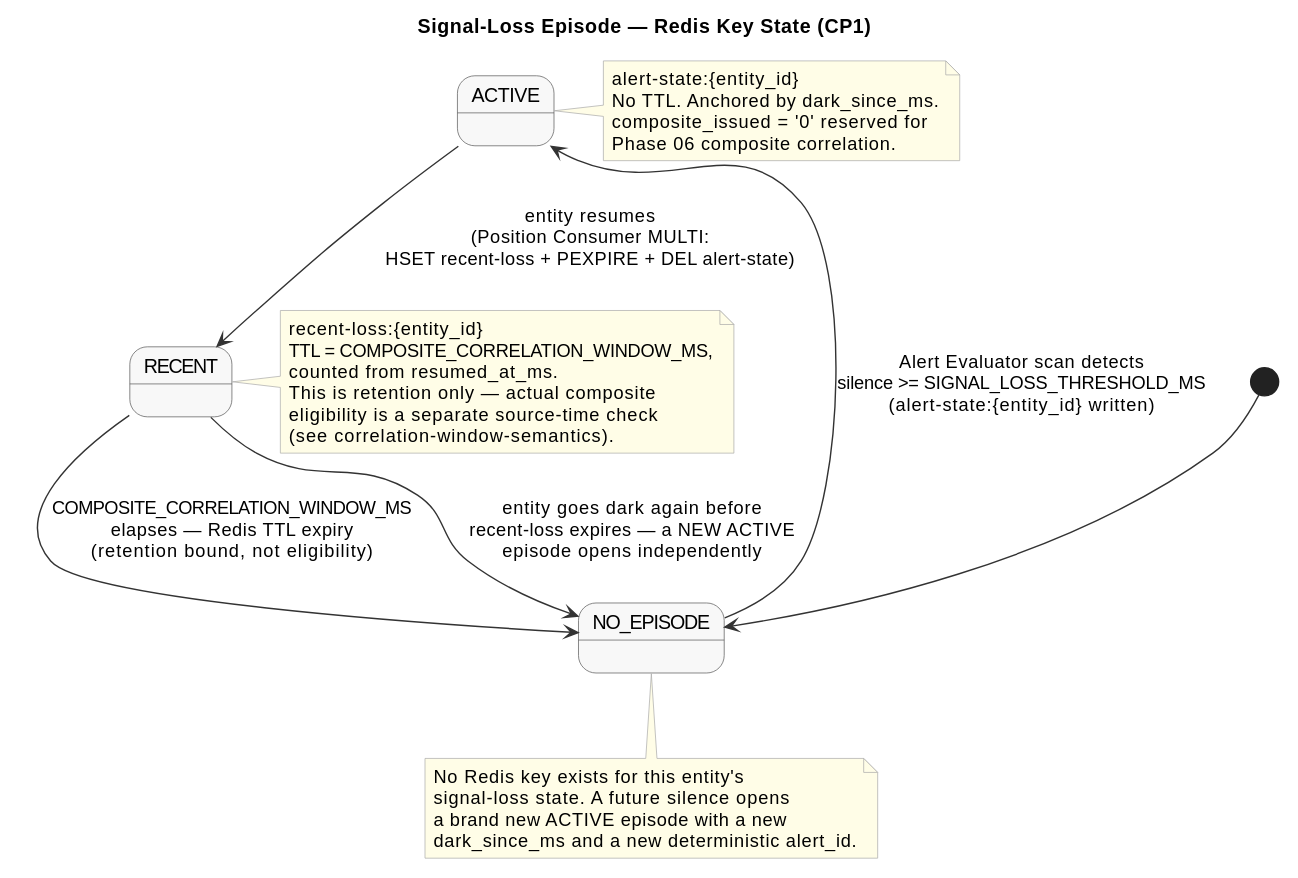
Before: diagrams/docs/implementation/phase-06-composite-correlation/concepts/recent-loss-handoff/recent-loss-episode-state.svg, a diagram exported from PlantUML (Buffden/sentinel). Its diagram source:
```plantuml
@startuml
title Signal-Loss Episode — Redis Key State (CP1)

skinparam stateBorderColor #555555
skinparam stateBackgroundColor #F8F8F8
skinparam stateArrowColor #333333
skinparam noteBorderColor #AAAAAA
skinparam noteBackgroundColor #FFFDE7

[*] --> NO_EPISODE

NO_EPISODE --> ACTIVE : Alert Evaluator scan detects\nsilence >= SIGNAL_LOSS_THRESHOLD_MS\n(alert-state:{entity_id} written)

ACTIVE --> RECENT : entity resumes\n(Position Consumer MULTI:\nHSET recent-loss + PEXPIRE + DEL alert-state)

RECENT --> NO_EPISODE : COMPOSITE_CORRELATION_WINDOW_MS\nelapses — Redis TTL expiry\n(retention bound, not eligibility)

RECENT --> NO_EPISODE : entity goes dark again before\nrecent-loss expires — a NEW ACTIVE\nepisode opens independently

note right of ACTIVE
  alert-state:{entity_id}
  No TTL. Anchored by dark_since_ms.
  composite_issued = '0' reserved for
  Phase 06 composite correlation.
end note

note right of RECENT
  recent-loss:{entity_id}
  TTL = COMPOSITE_CORRELATION_WINDOW_MS,
  counted from resumed_at_ms.
  This is retention only — actual composite
  eligibility is a separate source-time check
  (see correlation-window-semantics).
end note

note bottom of NO_EPISODE
  No Redis key exists for this entity's
  signal-loss state. A future silence opens
  a brand new ACTIVE episode with a new
  dark_since_ms and a new deterministic alert_id.
end note
@enduml
```
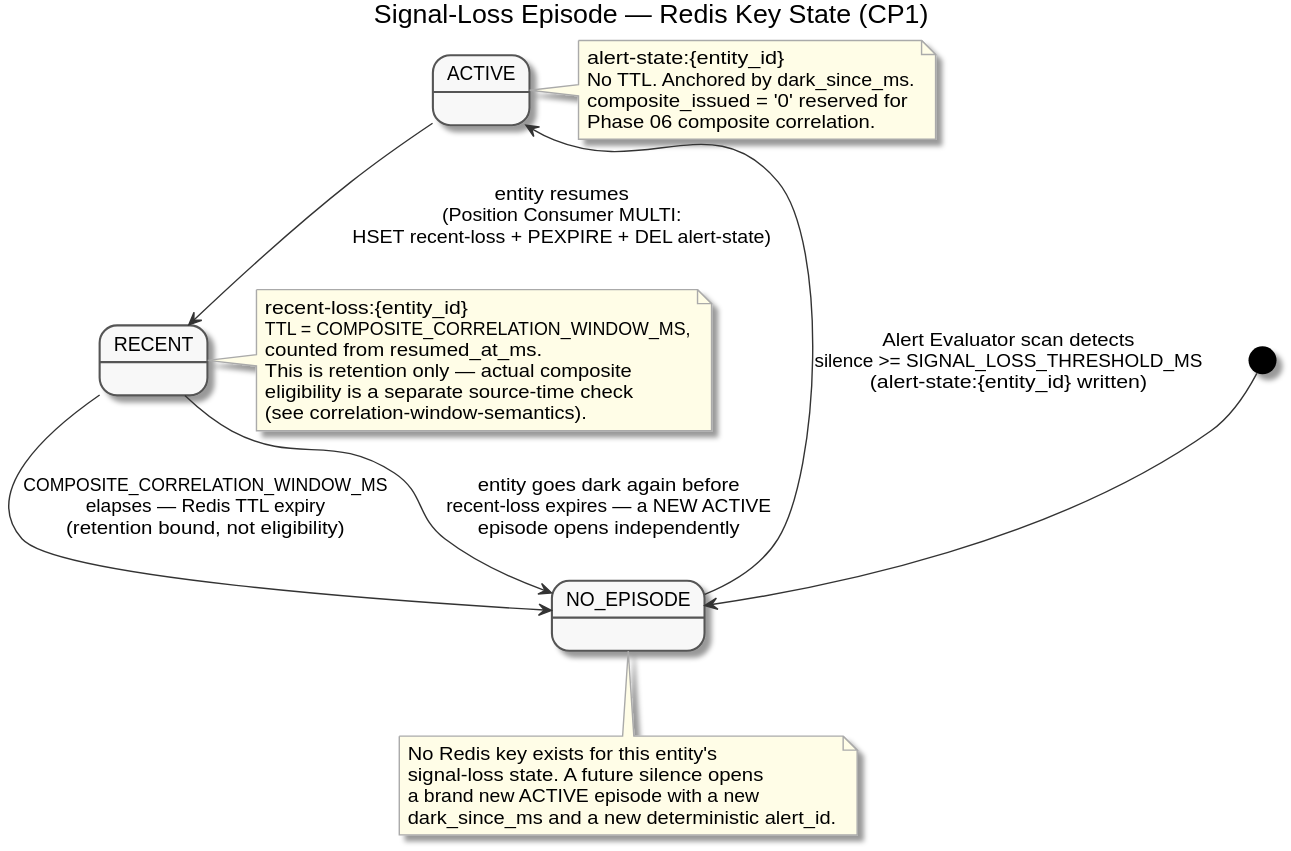
Later version of the same file.

Change to the diagram source:
```diff
@@ -1,4 +1,4 @@
-@startuml
+@startuml recent-loss-episode-state
 title Signal-Loss Episode — Redis Key State (CP1)
 
 skinparam stateBorderColor #555555
@@ -39,4 +39,5 @@
   a brand new ACTIVE episode with a new
   dark_since_ms and a new deterministic alert_id.
 end note
+
 @enduml
```
